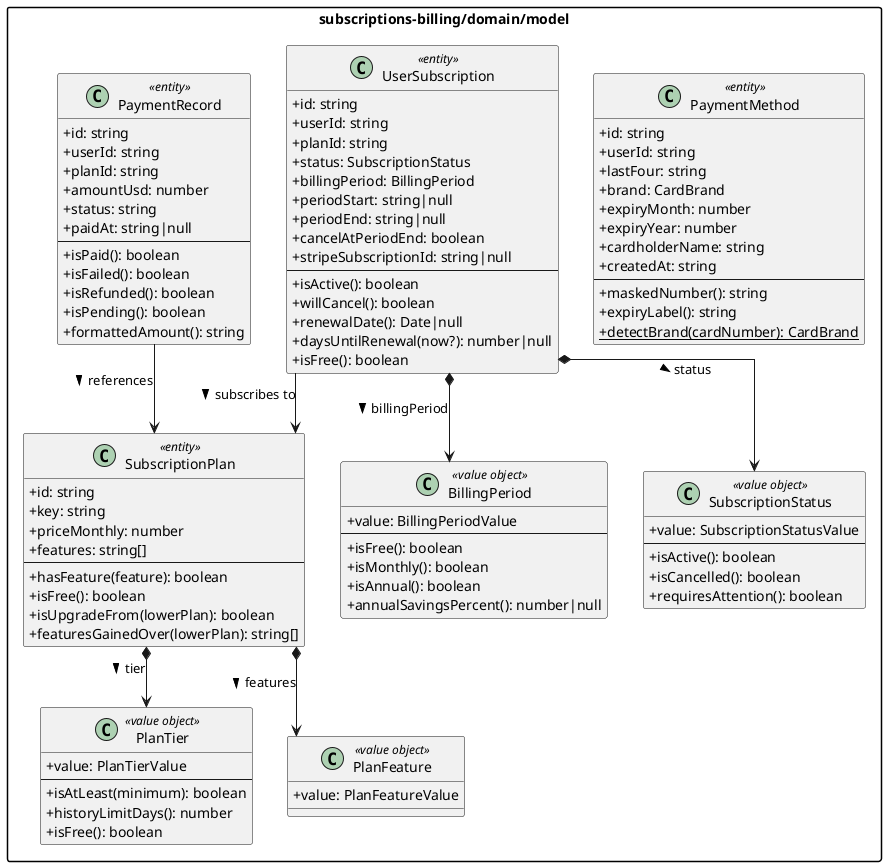
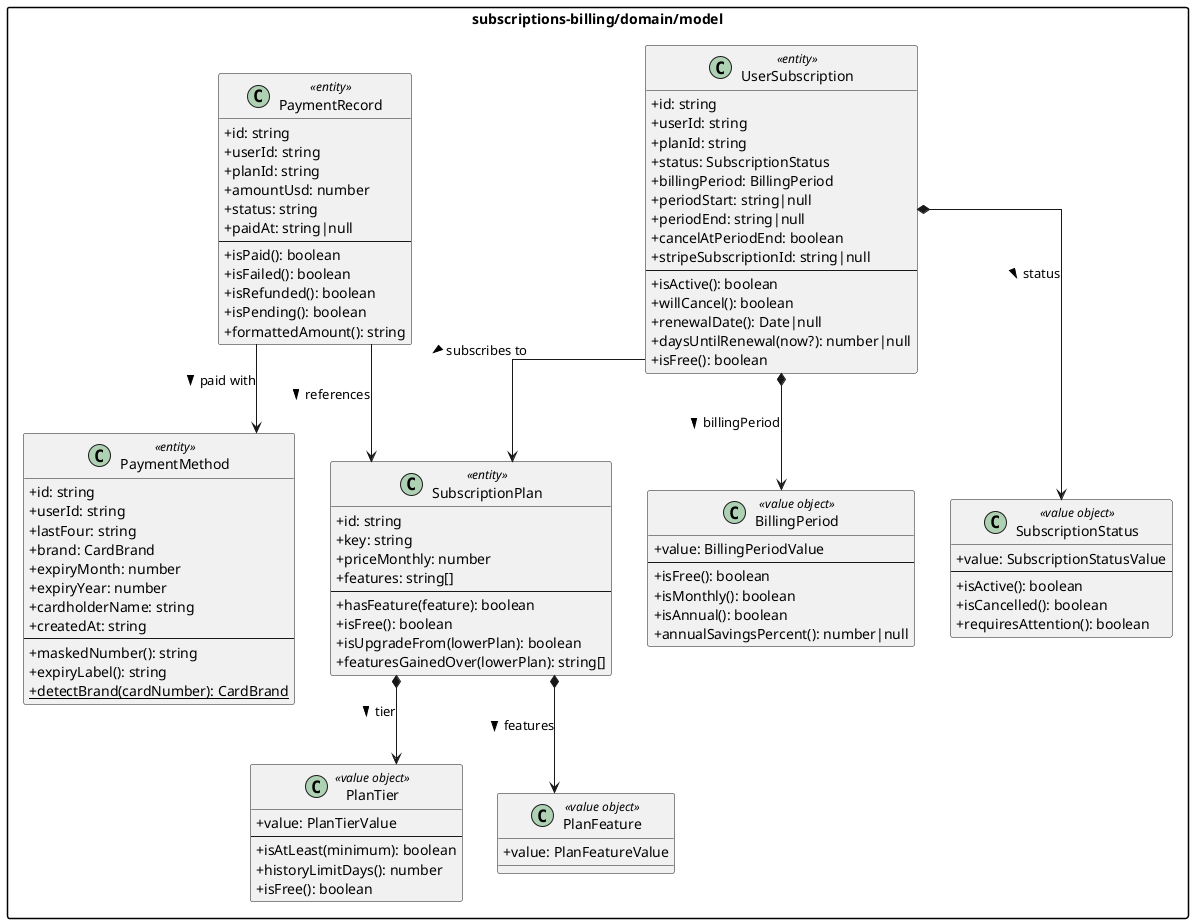
﻿@startuml
skinparam monochrome false
skinparam classAttributeIconSize 0
skinparam packageStyle rectangle
skinparam linetype ortho

package "subscriptions-billing/domain/model" {

  class PaymentMethod <<entity>> {
    + id: string
    + userId: string
    + lastFour: string
    + brand: CardBrand
    + expiryMonth: number
    + expiryYear: number
    + cardholderName: string
    + createdAt: string
    --
    + maskedNumber(): string
    + expiryLabel(): string
    + {static} detectBrand(cardNumber): CardBrand
  }

  class SubscriptionPlan <<entity>> {
    + id: string
    + key: string
    + priceMonthly: number
    + features: string[]
    --
    + hasFeature(feature): boolean
    + isFree(): boolean
    + isUpgradeFrom(lowerPlan): boolean
    + featuresGainedOver(lowerPlan): string[]
  }

  class UserSubscription <<entity>> {
    + id: string
    + userId: string
    + planId: string
    + status: SubscriptionStatus
    + billingPeriod: BillingPeriod
    + periodStart: string|null
    + periodEnd: string|null
    + cancelAtPeriodEnd: boolean
    + stripeSubscriptionId: string|null
    --
    + isActive(): boolean
    + willCancel(): boolean
    + renewalDate(): Date|null
    + daysUntilRenewal(now?): number|null
    + isFree(): boolean
  }

  class PaymentRecord <<entity>> {
    + id: string
    + userId: string
    + planId: string
    + amountUsd: number
    + status: string
    + paidAt: string|null
    --
    + isPaid(): boolean
    + isFailed(): boolean
    + isRefunded(): boolean
    + isPending(): boolean
    + formattedAmount(): string
  }

  class BillingPeriod <<value object>> {
    + value: BillingPeriodValue
    --
    + isFree(): boolean
    + isMonthly(): boolean
    + isAnnual(): boolean
    + annualSavingsPercent(): number|null
  }

  class SubscriptionStatus <<value object>> {
    + value: SubscriptionStatusValue
    --
    + isActive(): boolean
    + isCancelled(): boolean
    + requiresAttention(): boolean
  }

  class PlanTier <<value object>> {
    + value: PlanTierValue
    --
    + isAtLeast(minimum): boolean
    + historyLimitDays(): number
    + isFree(): boolean
  }

  class PlanFeature <<value object>> {
    + value: PlanFeatureValue
  }
}

UserSubscription *--> SubscriptionStatus : status >
UserSubscription *--> BillingPeriod : billingPeriod >
UserSubscription --> SubscriptionPlan : subscribes to >
SubscriptionPlan *--> PlanTier : tier >
SubscriptionPlan *--> PlanFeature : features >
PaymentRecord --> SubscriptionPlan : references >
+ PaymentRecord --> PaymentMethod : paid with >

@enduml
